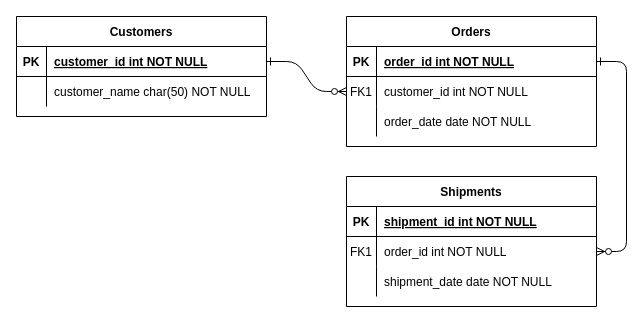
Above: ejercicio1.drawio in Yoloxochitl001/Diagramas (draw.io), before the change. Source tidied: cells renumbered, new cells numbered last; positions are measured from the earlier drawing's top-left corner, leaving out a move shared by most shapes. Both pictures are drawn from the tidied source at 100%, with x=0, y=0 at pixel (16, 16).
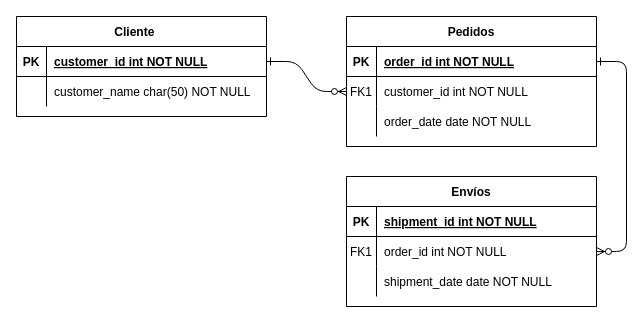
Above is the later version.

The edit, as a diff of the source:
```diff
@@
-    <mxCell id="4" value="Orders" style="shape=table;startSize=30;childLayout=tableLayout;rowLines=0;fontStyle=1;align=center;" parent="1" vertex="1">
+    <mxCell id="4" value="Pedidos" style="shape=table;startSize=30;childLayout=tableLayout;rowLines=0;fontStyle=1;align=center;" parent="1" vertex="1">
       <mxGeometry x="330" width="250" height="130" as="geometry" />
     </mxCell>
@@
-    <mxCell id="14" value="Shipments" style="shape=table;startSize=30;childLayout=tableLayout;rowLines=0;fontStyle=1;align=center;" parent="1" vertex="1">
+    <mxCell id="14" value="Envíos" style="shape=table;startSize=30;childLayout=tableLayout;rowLines=0;fontStyle=1;align=center;" parent="1" vertex="1">
       <mxGeometry x="330" y="160" width="250" height="130" as="geometry" />
     </mxCell>
@@
-    <mxCell id="24" value="Customers" style="shape=table;startSize=30;childLayout=tableLayout;rowLines=0;fontStyle=1;align=center;" parent="1" vertex="1">
+    <mxCell id="24" value="Cliente    " style="shape=table;startSize=30;childLayout=tableLayout;rowLines=0;fontStyle=1;align=center;" parent="1" vertex="1">
       <mxGeometry width="250" height="100" as="geometry" />
     </mxCell>
```
